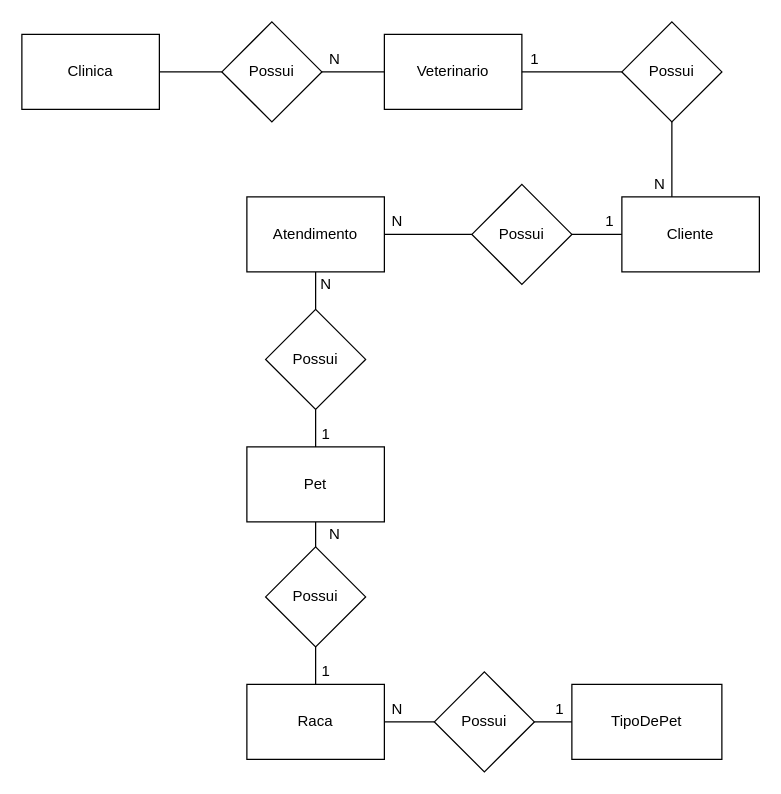
Eduardo-Cav/Senai_sprint1_bd keeps this draw.io diagram as page "conceitual" (1 of 2) of Exercícios/Exercício 1.3/1.3_modelagem-conceitual-logico.drawio. Above is the earlier version. Source tidied: cells renumbered, new cells numbered last; positions are measured from the earlier drawing's top-left corner, leaving out a move shared by most shapes. Both pictures are drawn from the tidied source at 125%, with x=0, y=0 at pixel (21, 21).
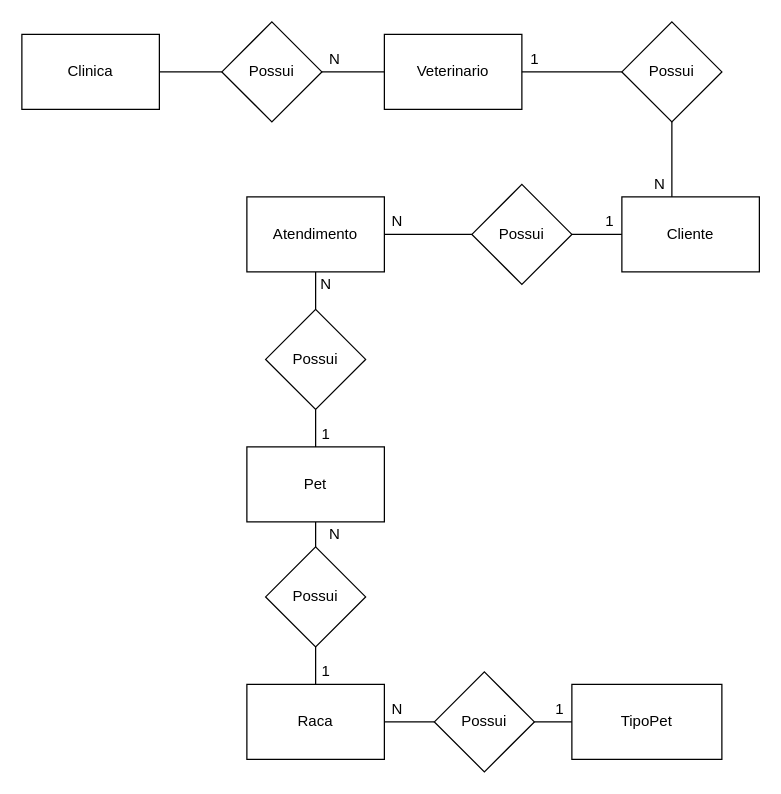
The same diagram, later.

What changed in the source:
```diff
@@
-    <mxCell id="26" value="TipoDePet" style="rounded=0;whiteSpace=wrap;html=1;" parent="1" vertex="1">
+    <mxCell id="26" value="TipoPet" style="rounded=0;whiteSpace=wrap;html=1;" parent="1" vertex="1">
       <mxGeometry x="440" y="530" width="120" height="60" as="geometry" />
     </mxCell>
```
